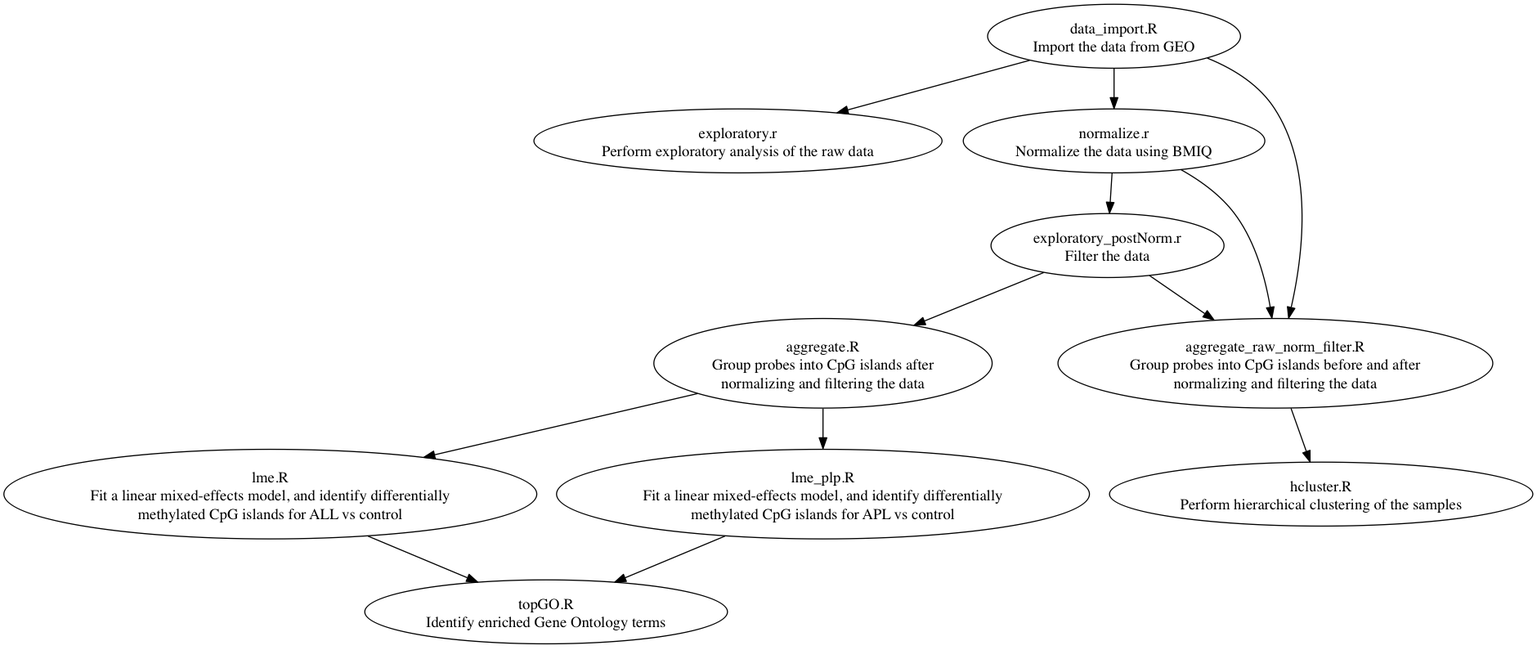
Above: flowchart.png in sjackman/stat540-project (Graphviz), before the change. Its source is kept beside it as flowchart.dot.
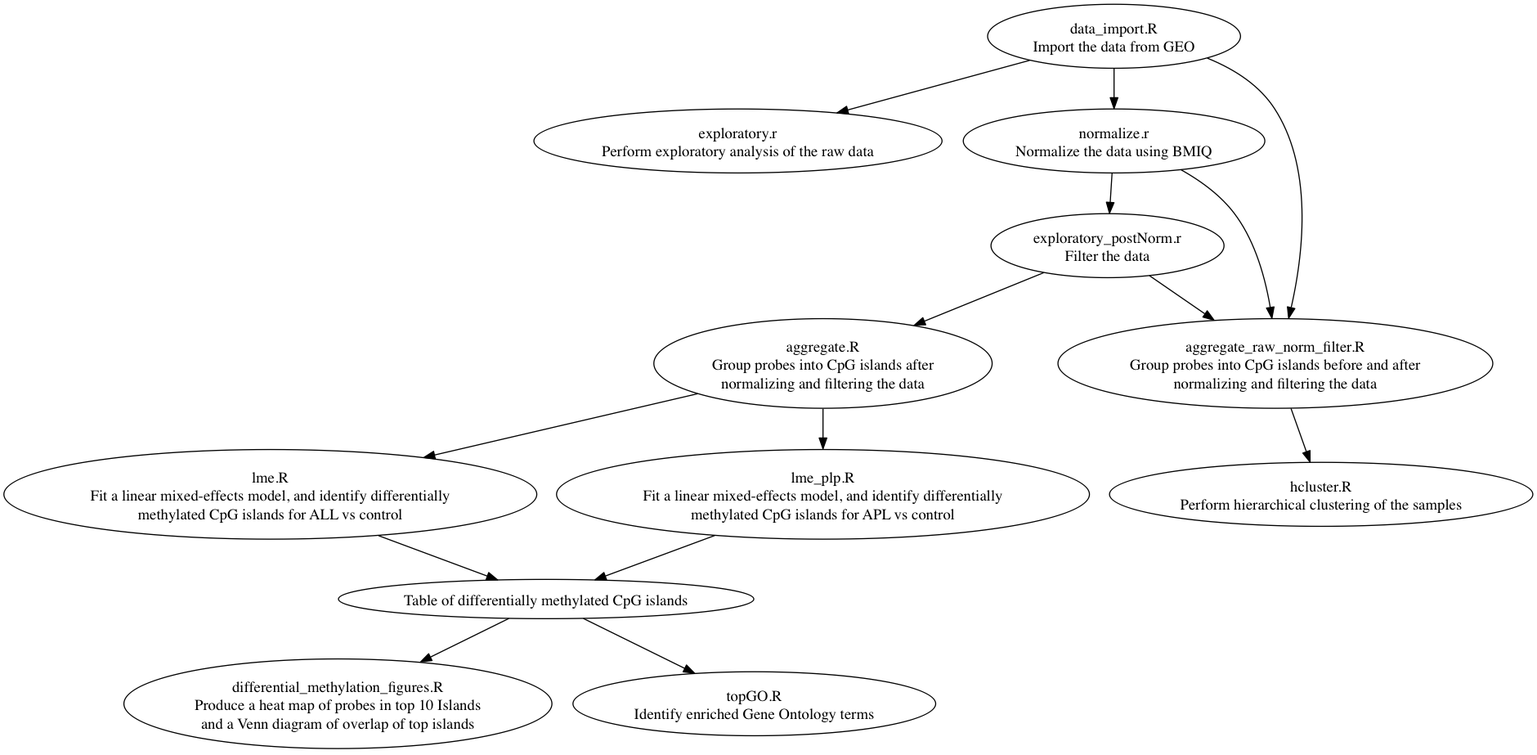
The same file after the commit.

Commit message:
Flowchart: Add differential_methylation_figures.R

The edit, as a diff of the source:
```diff
@@ -40,6 +40,14 @@
 Fit a linear mixed-effects model, and identify differentially\n\
 methylated CpG islands for APL vs control"]
 
+lme_both
+[label="Table of differentially methylated CpG islands"]
+
+differential_methylation_figures
+[label="differential_methylation_figures.R\n\
+Produce a heat map of probes in top 10 Islands\n\
+and a Venn diagram of overlap of top islands"]
+
 topGO
 [label="topGO.R\n\
 Identify enriched Gene Ontology terms"]
@@ -53,9 +61,10 @@
 exploratory_postNorm -> aggregate_raw_norm_filter
 aggregate_raw_norm_filter -> hcluster
 
-aggregate -> lme
-aggregate -> lme_plp
-lme -> topGO
-lme_plp -> topGO
+aggregate -> lme -> lme_both
+aggregate -> lme_plp -> lme_both
+
+lme_both -> differential_methylation_figures
+lme_both -> topGO
 
 }
```
